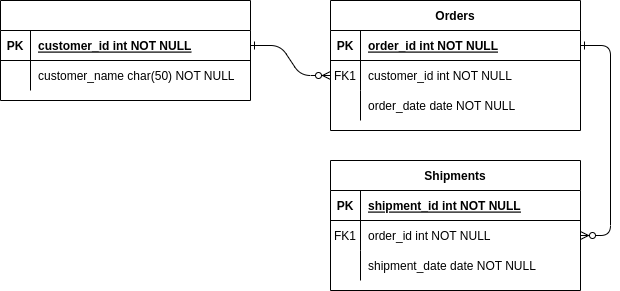
Earlier version of the draw.io export BBDD/EntidadRelacion/ER-ElCorrientazo.png (coscristian/Ciclo-2---MinTic). Source tidied: cells renumbered, new cells last; positions are measured from the earlier drawing's top-left corner, leaving out a move shared by most shapes.
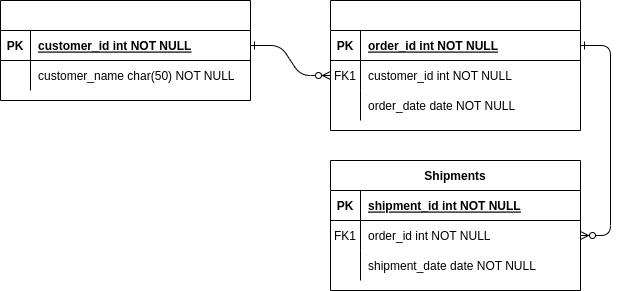
After the commit.

What changed in the source:
```diff
@@ -8,7 +8,7 @@
     <mxCell id="3" style="edgeStyle=entityRelationEdgeStyle;endArrow=ERzeroToMany;startArrow=ERone;endFill=1;startFill=0;" parent="1" edge="1" source="5" target="18">
       <mxGeometry relative="1" as="geometry" />
     </mxCell>
-    <mxCell id="4" value="Orders" style="shape=table;startSize=30;rowLines=0;fontStyle=1;align=center;" parent="1" vertex="1">
+    <mxCell id="4" style="shape=table;startSize=30;rowLines=0;fontStyle=1;align=center;" parent="1" vertex="1">
       <mxGeometry x="330" width="250" height="130" as="geometry" />
     </mxCell>
     <mxCell id="5" style="shape=partialRectangle;fillColor=none;points=[[0,0.5],[1,0.5]];portConstraint=eastwest;top=0;left=0;right=0;bottom=1;" parent="4" vertex="1">
```
